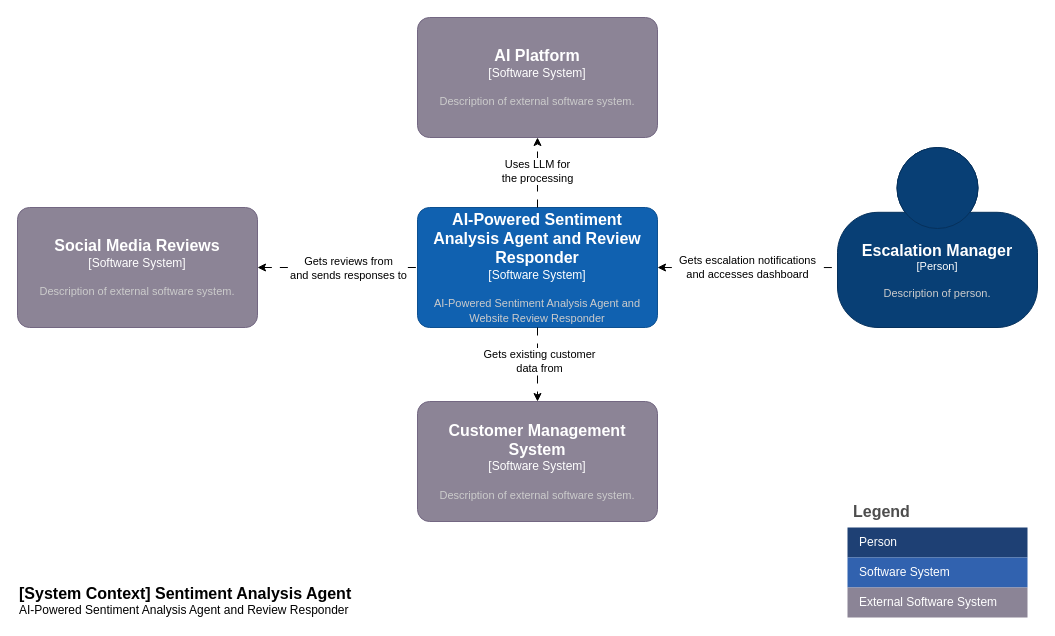
Earlier version of the draw.io diagram page "context" (1 of 4) of docs/diagrams.drawio (fusion-platform-services/fps-blueprint-ai-sentiment-analysis-and-response). Source tidied: cells renumbered, new cells numbered last; positions are measured from the earlier drawing's top-left corner, leaving out a move shared by most shapes. Both pictures are drawn from the tidied source at 100%, with x=0, y=0 at pixel (17, 17).
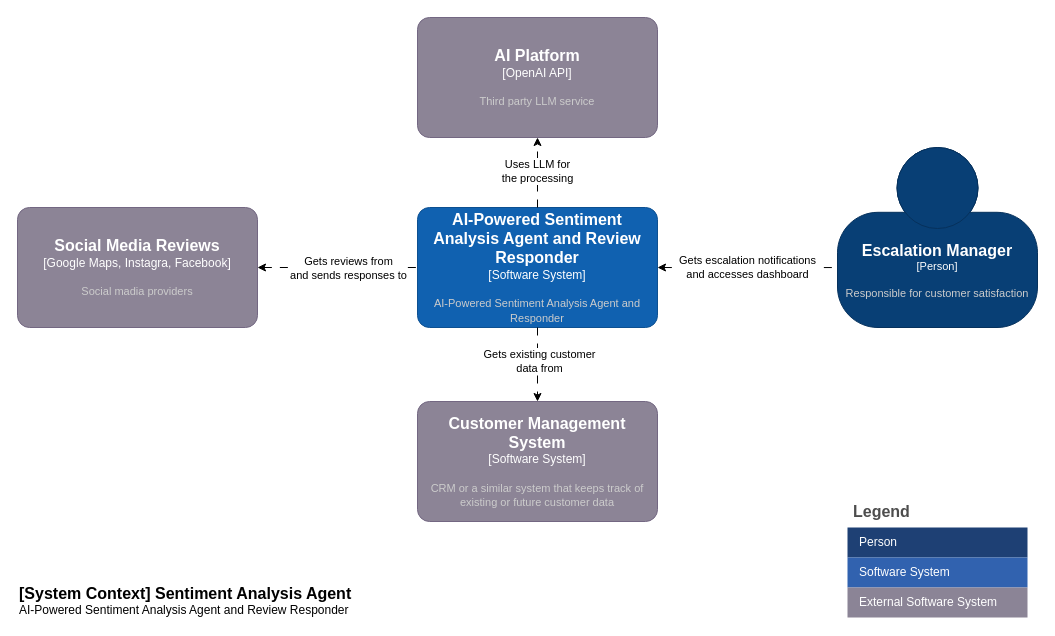
The same diagram, later.

The edit, as a diff of the source:
```diff
@@
-    <object id="2" label="&lt;font style=&quot;font-size: 16px&quot;&gt;&lt;b&gt;%c4Name%&lt;/b&gt;&lt;/font&gt;&lt;div&gt;[%c4Type%]&lt;/div&gt;&lt;br&gt;&lt;div&gt;&lt;font style=&quot;font-size: 11px&quot;&gt;&lt;font color=&quot;#cccccc&quot;&gt;%c4Description%&lt;/font&gt;&lt;/div&gt;" c4Description="AI-Powered Sentiment Analysis Agent and Website Review Responder" c4Name="AI-Powered Sentiment Analysis Agent and Review Responder" c4Type="Software System" placeholders="1">
+    <object id="2" label="&lt;font style=&quot;font-size: 16px&quot;&gt;&lt;b&gt;%c4Name%&lt;/b&gt;&lt;/font&gt;&lt;div&gt;[%c4Type%]&lt;/div&gt;&lt;br&gt;&lt;div&gt;&lt;font style=&quot;font-size: 11px&quot;&gt;&lt;font color=&quot;#cccccc&quot;&gt;%c4Description%&lt;/font&gt;&lt;/div&gt;" c4Description="AI-Powered Sentiment Analysis Agent and Responder" c4Name="AI-Powered Sentiment Analysis Agent and Review Responder" c4Type="Software System" placeholders="1">
       <mxCell style="rounded=1;whiteSpace=wrap;html=1;labelBackgroundColor=none;fillColor=#1061B0;fontColor=#ffffff;align=center;arcSize=10;strokeColor=#0D5091;points=[[0.25,0,0],[0.5,0,0],[0.75,0,0],[1,0.25,0],[1,0.5,0],[1,0.75,0],[0.75,1,0],[0.5,1,0],[0.25,1,0],[0,0.75,0],[0,0.5,0],[0,0.25,0]];" parent="1" vertex="1">
         <mxGeometry x="400" y="190" width="240" height="120" as="geometry" />
       </mxCell>
     </object>
@@
-    <object id="10" label="&lt;font style=&quot;font-size: 16px&quot;&gt;&lt;b&gt;%c4Name%&lt;/b&gt;&lt;/font&gt;&lt;div&gt;[%c4Type%]&lt;/div&gt;&lt;br&gt;&lt;div&gt;&lt;font style=&quot;font-size: 11px&quot;&gt;&lt;font color=&quot;#cccccc&quot;&gt;%c4Description%&lt;/font&gt;&lt;/div&gt;" c4Description="Description of person." c4Name="Escalation Manager" c4Type="Person" placeholders="1">
+    <object id="10" label="&lt;font style=&quot;font-size: 16px&quot;&gt;&lt;b&gt;%c4Name%&lt;/b&gt;&lt;/font&gt;&lt;div&gt;[%c4Type%]&lt;/div&gt;&lt;br&gt;&lt;div&gt;&lt;font style=&quot;font-size: 11px&quot;&gt;&lt;font color=&quot;#cccccc&quot;&gt;%c4Description%&lt;/font&gt;&lt;/div&gt;" c4Description="Responsible for customer satisfaction" c4Name="Escalation Manager" c4Type="Person" placeholders="1">
       <mxCell style="html=1;fontSize=11;dashed=0;whiteSpace=wrap;fillColor=#083F75;strokeColor=#06315C;fontColor=#ffffff;shape=mxgraph.c4.person2;align=center;points=[[0.5,0,0],[1,0.5,0],[1,0.75,0],[0.75,1,0],[0.5,1,0],[0.25,1,0],[0,0.75,0],[0,0.5,0]];" parent="1" vertex="1">
         <mxGeometry x="820" y="130" width="200" height="180" as="geometry" />
       </mxCell>
     </object>
-    <object id="11" label="&lt;font style=&quot;font-size: 16px&quot;&gt;&lt;b&gt;%c4Name%&lt;/b&gt;&lt;/font&gt;&lt;div&gt;[%c4Type%]&lt;/div&gt;&lt;br&gt;&lt;div&gt;&lt;font style=&quot;font-size: 11px&quot;&gt;&lt;font color=&quot;#cccccc&quot;&gt;%c4Description%&lt;/font&gt;&lt;/div&gt;" c4Description="Description of external software system." c4Name="Social Media Reviews" c4Type="Software System" placeholders="1">
+    <object id="11" label="&lt;font style=&quot;font-size: 16px&quot;&gt;&lt;b&gt;%c4Name%&lt;/b&gt;&lt;/font&gt;&lt;div&gt;[%c4Type%]&lt;/div&gt;&lt;br&gt;&lt;div&gt;&lt;font style=&quot;font-size: 11px&quot;&gt;&lt;font color=&quot;#cccccc&quot;&gt;%c4Description%&lt;/font&gt;&lt;/div&gt;" c4Description="Social madia providers" c4Name="Social Media Reviews" c4Type="Google Maps, Instagra, Facebook" placeholders="1">
       <mxCell style="rounded=1;whiteSpace=wrap;html=1;labelBackgroundColor=none;fillColor=#8C8496;fontColor=#ffffff;align=center;arcSize=10;strokeColor=#736782;points=[[0.25,0,0],[0.5,0,0],[0.75,0,0],[1,0.25,0],[1,0.5,0],[1,0.75,0],[0.75,1,0],[0.5,1,0],[0.25,1,0],[0,0.75,0],[0,0.5,0],[0,0.25,0]];" parent="1" vertex="1">
         <mxGeometry y="190" width="240" height="120" as="geometry" />
       </mxCell>
     </object>
-    <object id="12" label="&lt;font style=&quot;font-size: 16px&quot;&gt;&lt;b&gt;%c4Name%&lt;/b&gt;&lt;/font&gt;&lt;div&gt;[%c4Type%]&lt;/div&gt;&lt;br&gt;&lt;div&gt;&lt;font style=&quot;font-size: 11px&quot;&gt;&lt;font color=&quot;#cccccc&quot;&gt;%c4Description%&lt;/font&gt;&lt;/div&gt;" c4Description="Description of external software system." c4Name="AI Platform" c4Type="Software System" placeholders="1">
+    <object id="12" label="&lt;font style=&quot;font-size: 16px&quot;&gt;&lt;b&gt;%c4Name%&lt;/b&gt;&lt;/font&gt;&lt;div&gt;[%c4Type%]&lt;/div&gt;&lt;br&gt;&lt;div&gt;&lt;font style=&quot;font-size: 11px&quot;&gt;&lt;font color=&quot;#cccccc&quot;&gt;%c4Description%&lt;/font&gt;&lt;/div&gt;" c4Description="Third party LLM service" c4Name="AI Platform" c4Type="OpenAI API" placeholders="1">
       <mxCell style="rounded=1;whiteSpace=wrap;html=1;labelBackgroundColor=none;fillColor=#8C8496;fontColor=#ffffff;align=center;arcSize=10;strokeColor=#736782;" parent="1" vertex="1">
         <mxGeometry x="400" width="240" height="120" as="geometry" />
       </mxCell>
     </object>
@@
-    <object id="18" label="&lt;font style=&quot;font-size: 16px&quot;&gt;&lt;b&gt;%c4Name%&lt;/b&gt;&lt;/font&gt;&lt;div&gt;[%c4Type%]&lt;/div&gt;&lt;br&gt;&lt;div&gt;&lt;font style=&quot;font-size: 11px&quot;&gt;&lt;font color=&quot;#cccccc&quot;&gt;%c4Description%&lt;/font&gt;&lt;/div&gt;" c4Description="Description of external software system." c4Name="Customer Management System" c4Type="Software System" placeholders="1">
+    <object id="18" label="&lt;font style=&quot;font-size: 16px&quot;&gt;&lt;b&gt;%c4Name%&lt;/b&gt;&lt;/font&gt;&lt;div&gt;[%c4Type%]&lt;/div&gt;&lt;br&gt;&lt;div&gt;&lt;font style=&quot;font-size: 11px&quot;&gt;&lt;font color=&quot;#cccccc&quot;&gt;%c4Description%&lt;/font&gt;&lt;/div&gt;" c4Description="CRM or a similar system that keeps track of existing or future customer data" c4Name="Customer Management System" c4Type="Software System" placeholders="1">
       <mxCell style="rounded=1;whiteSpace=wrap;html=1;labelBackgroundColor=none;fillColor=#8C8496;fontColor=#ffffff;align=center;arcSize=10;strokeColor=#736782;points=[[0.25,0,0],[0.5,0,0],[0.75,0,0],[1,0.25,0],[1,0.5,0],[1,0.75,0],[0.75,1,0],[0.5,1,0],[0.25,1,0],[0,0.75,0],[0,0.5,0],[0,0.25,0]];" parent="1" vertex="1">
         <mxGeometry x="400" y="384" width="240" height="120" as="geometry" />
       </mxCell>
     </object>
```
